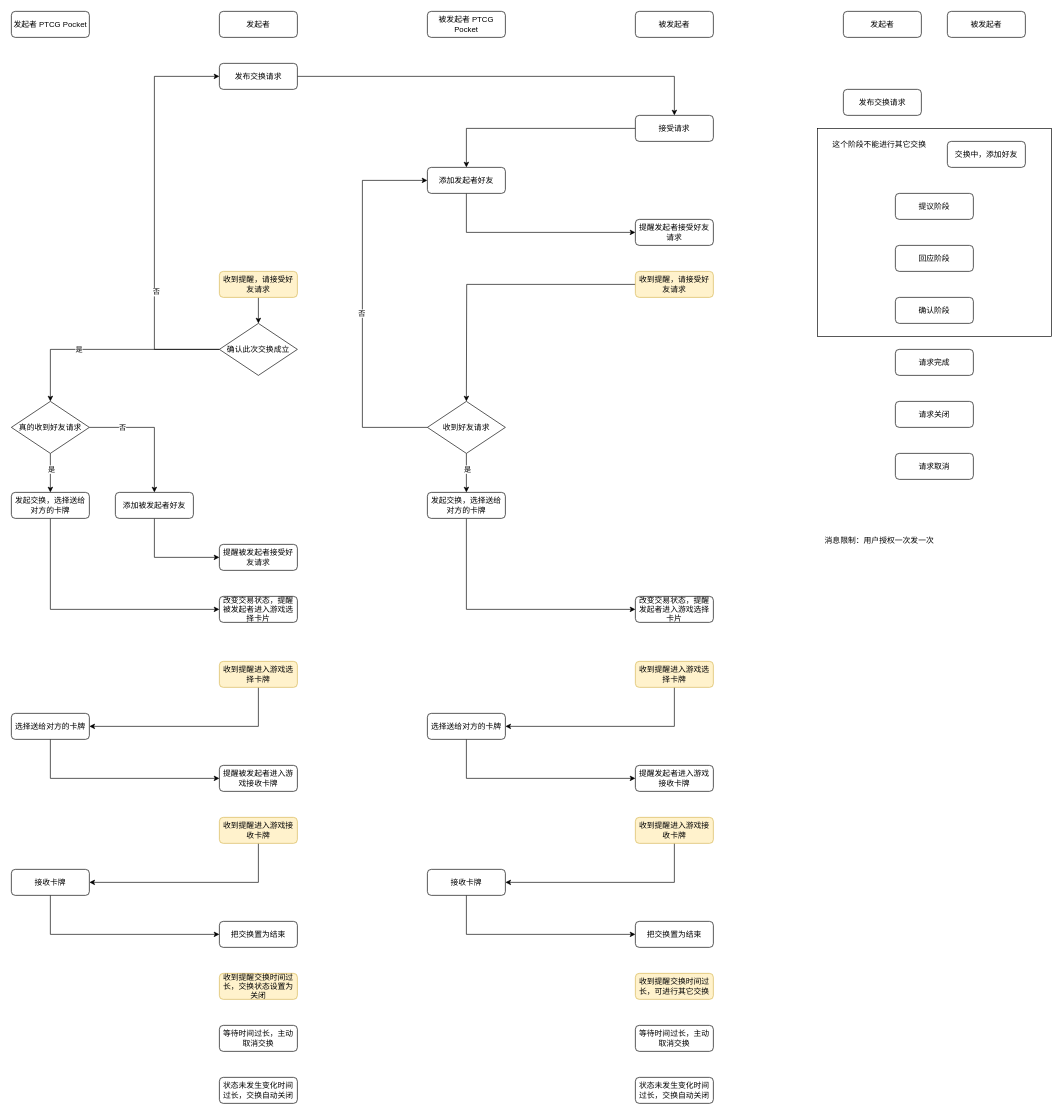
This is drawio/PTCG Pocket 交换功能流程图.drawio from jhygreatbug/ptcg-pocket-miniprogram, a draw.io file, before an edit. Source tidied: cells renumbered, new cells numbered last; positions are measured from the earlier drawing's top-left corner, leaving out a move shared by most shapes. Both pictures are drawn from the tidied source at 65%, with x=0, y=0 at pixel (11, 11).
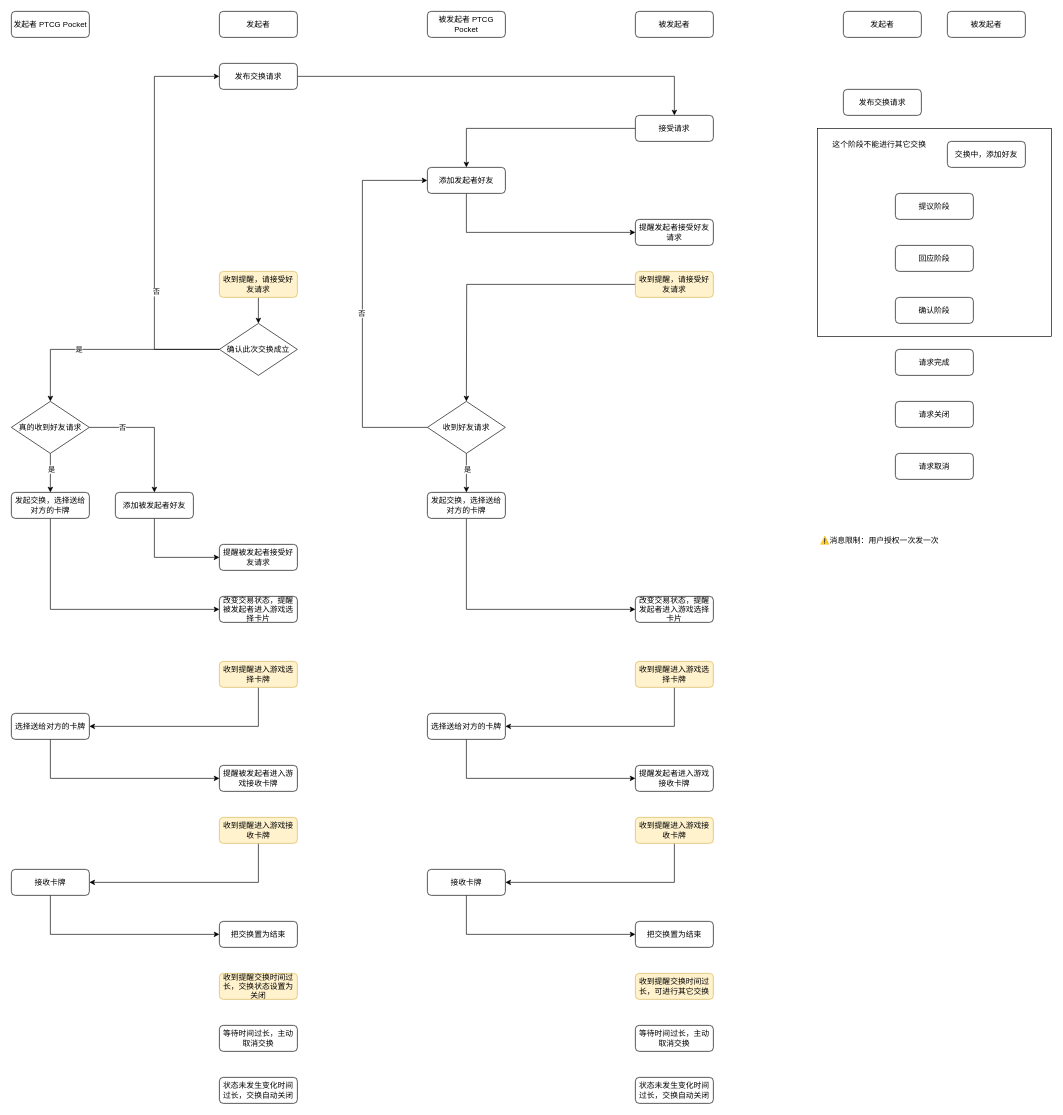
After the change.

Commit message:
更新PTCG Pocket 交换功能流程图.drawio

Change to the diagram source:
```diff
@@
-    <mxCell id="70" value="消息限制：用户授权一次发一次" style="text;html=1;align=center;verticalAlign=middle;strokeColor=none;fillColor=none;" parent="1" vertex="1">
-      <mxGeometry x="1240" y="800" width="190" height="30" as="geometry" />
+    <mxCell id="70" value="⚠️&lt;span style=&quot;background-color: transparent; color: light-dark(rgb(0, 0, 0), rgb(255, 255, 255));&quot;&gt;消息限制：用户授权一次发一次&lt;/span&gt;" style="text;html=1;align=center;verticalAlign=middle;strokeColor=none;fillColor=none;" parent="1" vertex="1">
+      <mxGeometry x="1230" y="800" width="210" height="30" as="geometry" />
     </mxCell>
```
